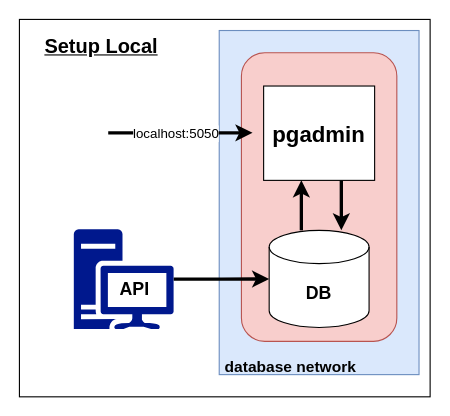
Earlier version of the draw.io diagram utility/3sem-setup-local.drawio (tysker/3sem-traefik-setup-local). Source tidied: cells renumbered, new cells numbered last; positions are measured from the earlier drawing's top-left corner, leaving out a move shared by most shapes. Both pictures are drawn from the tidied source at 111%, with x=0, y=0 at pixel (19, 19).
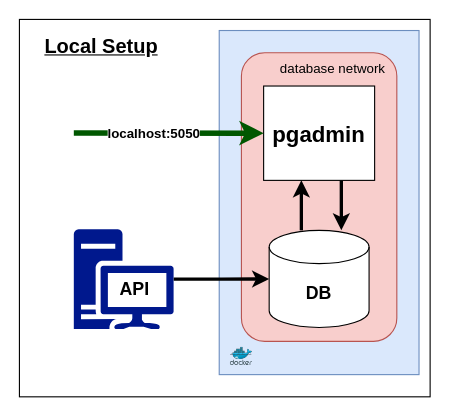
After the change.

Commit message (it also covers changes not shown here):
made corrections in readme file

Unchanged cells that the change refers to:
```xml
<mxCell id="6" value="&lt;b&gt;&lt;font style=&quot;font-size: 20px;&quot;&gt;pgadmin&lt;/font&gt;&lt;/b&gt;" style="rounded=0;whiteSpace=wrap;html=1;" parent="1" vertex="1">
  <mxGeometry x="220" y="60" width="100" height="85" as="geometry" />
</mxCell>
```

Diff of the diagram source:
```diff
@@
-    <mxCell id="7" value="&lt;b&gt;&lt;font style=&quot;font-size: 14px;&quot;&gt;database network&lt;/font&gt;&lt;/b&gt;" style="text;html=1;strokeColor=none;fillColor=none;align=center;verticalAlign=middle;whiteSpace=wrap;rounded=0;" parent="1" vertex="1">
-      <mxGeometry x="180" y="298" width="129" height="30" as="geometry" />
+    <mxCell id="7" value="&lt;font style=&quot;font-size: 12px;&quot;&gt;database network&lt;/font&gt;" style="text;html=1;strokeColor=none;fillColor=none;align=center;verticalAlign=middle;whiteSpace=wrap;rounded=0;" parent="1" vertex="1">
+      <mxGeometry x="225" y="30" width="114.5" height="30" as="geometry" />
     </mxCell>
@@
-    <mxCell id="10" value="&lt;b&gt;&lt;font style=&quot;font-size: 18px;&quot;&gt;&lt;u&gt;Setup Local&lt;/u&gt;&lt;/font&gt;&lt;/b&gt;" style="text;html=1;strokeColor=none;fillColor=none;align=center;verticalAlign=middle;whiteSpace=wrap;rounded=0;" parent="1" vertex="1">
+    <mxCell id="10" value="&lt;b&gt;&lt;font style=&quot;font-size: 18px;&quot;&gt;&lt;u&gt;Local Setup&lt;/u&gt;&lt;/font&gt;&lt;/b&gt;" style="text;html=1;strokeColor=none;fillColor=none;align=center;verticalAlign=middle;whiteSpace=wrap;rounded=0;" parent="1" vertex="1">
       <mxGeometry x="9" y="10" width="130" height="30" as="geometry" />
     </mxCell>
@@
-    <mxCell id="15" style="endArrow=classic;html=1;rounded=0;strokeWidth=3;" parent="1" edge="1">
+    <mxCell id="15" style="endArrow=classic;html=1;rounded=1;strokeWidth=5;fillColor=#008a00;strokeColor=#005700;entryX=0;entryY=0.5;entryDx=0;entryDy=0;" parent="1" edge="1" target="6">
       <mxGeometry relative="1" as="geometry">
-        <mxPoint x="80" y="102.2" as="sourcePoint" />
-        <mxPoint x="210" y="102.2" as="targetPoint" />
+        <mxPoint x="49" y="102.3" as="sourcePoint" />
       </mxGeometry>
     </mxCell>
-    <mxCell id="16" value="&lt;font style=&quot;font-size: 12px;&quot;&gt;localhost:5050&lt;/font&gt;" style="edgeLabel;html=1;align=center;verticalAlign=middle;" parent="15" vertex="1">
+    <mxCell id="16" value="&lt;font style=&quot;font-size: 12px;&quot;&gt;&lt;b&gt;localhost:5050&lt;/b&gt;&lt;/font&gt;" style="edgeLabel;html=1;align=center;verticalAlign=middle;" parent="15" vertex="1">
       <mxGeometry relative="1" as="geometry">
-        <mxPoint x="-5" as="offset" />
+        <mxPoint x="-14" as="offset" />
       </mxGeometry>
     </mxCell>
+    <mxCell id="17" style="image;sketch=0;html=1;align=center;fontSize=12;image=img/lib/mscae/Docker.svg;" parent="1" vertex="1">
+      <mxGeometry x="190" y="295.4" width="20" height="16.4" as="geometry" />
+    </mxCell>
```
